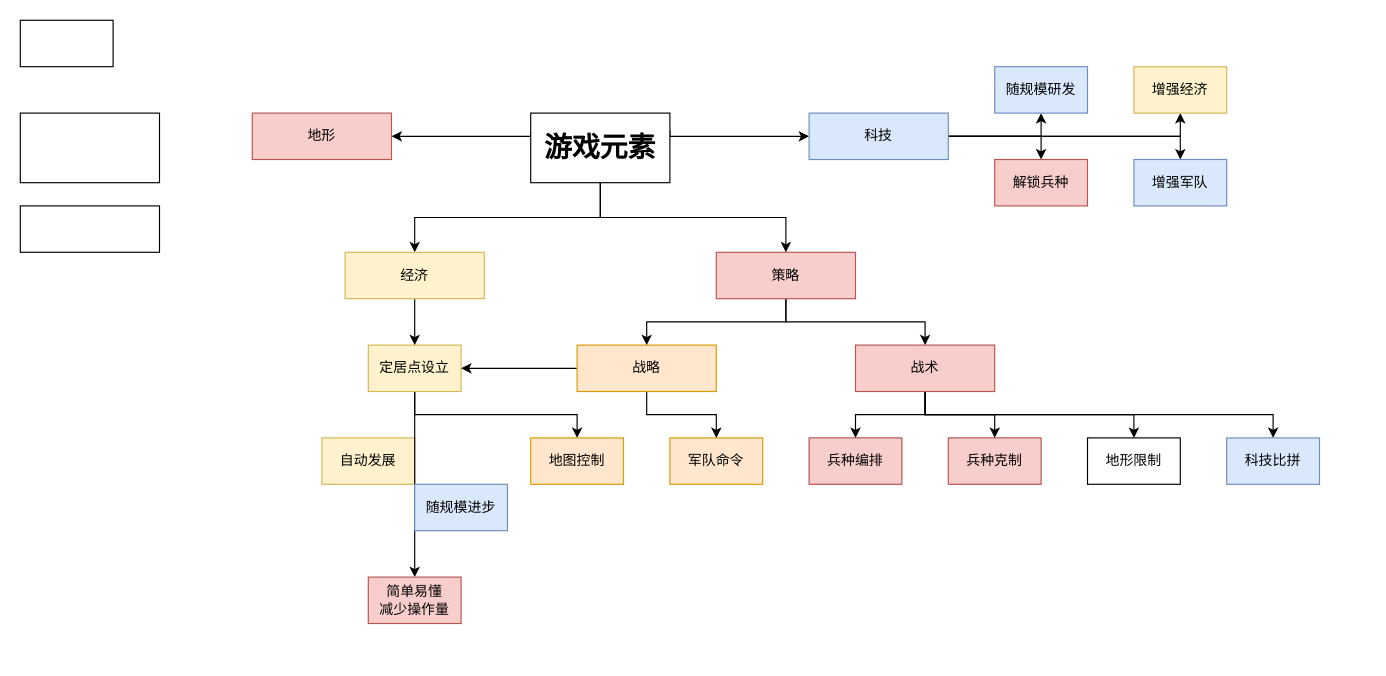
Before: 未命名绘图.drawio in chenxing61/Bite-Sized-RTS, a draw.io diagram. Source tidied: cells renumbered, new cells numbered last; positions are measured from the earlier drawing's top-left corner, leaving out a move shared by most shapes. Both pictures are drawn from the tidied source at 116%, with x=0, y=0 at pixel (20, 20).
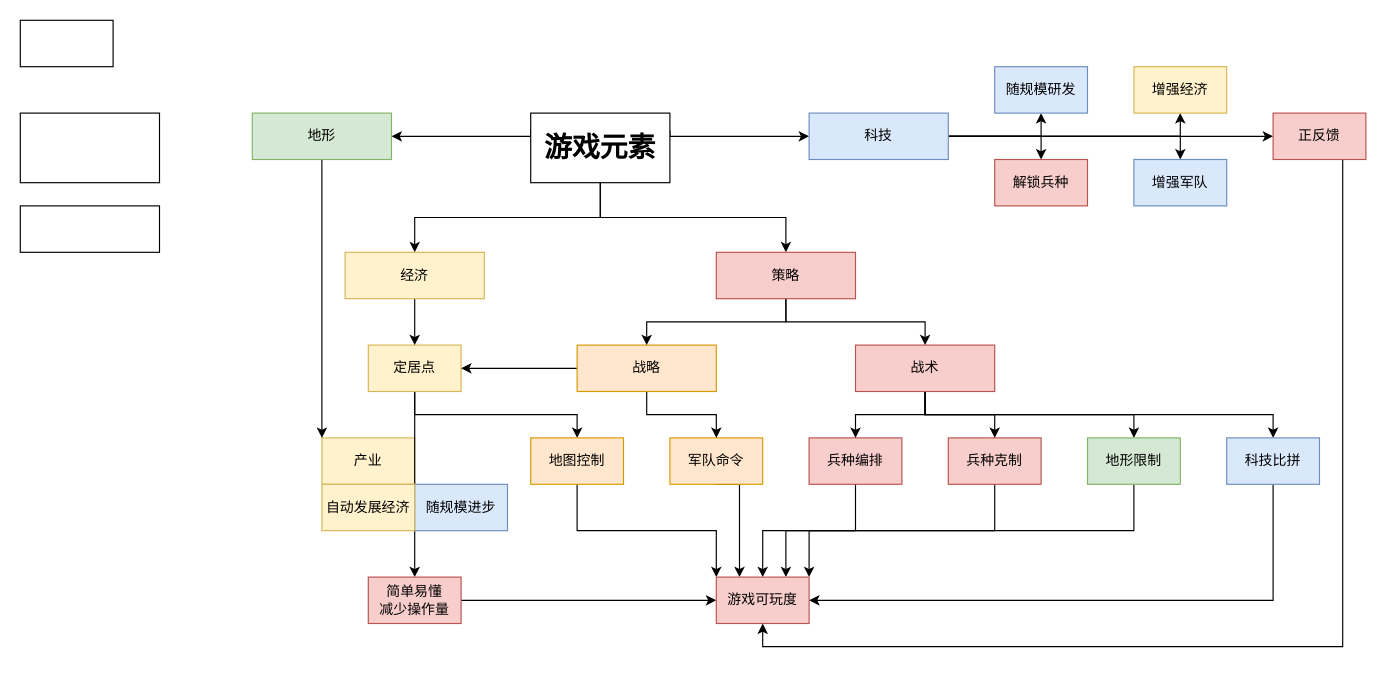
The same diagram, later.

The change refers to these unchanged cells:
```xml
<mxCell id="9" value="兵种编排" style="rounded=0;whiteSpace=wrap;html=1;fillColor=#f8cecc;strokeColor=#b85450;" parent="1" vertex="1">
  <mxGeometry x="680" y="360" width="80" height="40" as="geometry" />
</mxCell>
<mxCell id="14" value="兵种克制" style="rounded=0;whiteSpace=wrap;html=1;fillColor=#f8cecc;strokeColor=#b85450;" parent="1" vertex="1">
  <mxGeometry x="800" y="360" width="80" height="40" as="geometry" />
</mxCell>
<mxCell id="15" value="军队命令" style="rounded=0;whiteSpace=wrap;html=1;fillColor=#ffe6cc;strokeColor=#d79b00;" parent="1" vertex="1">
  <mxGeometry x="560" y="360" width="80" height="40" as="geometry" />
</mxCell>
<mxCell id="31" value="简单易懂&lt;br&gt;减少操作量" style="rounded=0;whiteSpace=wrap;html=1;fillColor=#f8cecc;strokeColor=#b85450;" parent="1" vertex="1">
  <mxGeometry x="300" y="480" width="80" height="40" as="geometry" />
</mxCell>
<mxCell id="33" value="科技比拼" style="rounded=0;whiteSpace=wrap;html=1;fillColor=#dae8fc;strokeColor=#6c8ebf;" parent="1" vertex="1">
  <mxGeometry x="1040" y="360" width="80" height="40" as="geometry" />
</mxCell>
<mxCell id="34" value="地图控制" style="rounded=0;whiteSpace=wrap;html=1;fillColor=#ffe6cc;strokeColor=#d79b00;" parent="1" vertex="1">
  <mxGeometry x="440" y="360" width="80" height="40" as="geometry" />
</mxCell>
<mxCell id="39" value="科技" style="rounded=0;whiteSpace=wrap;html=1;fillColor=#dae8fc;strokeColor=#6c8ebf;" parent="1" vertex="1">
  <mxGeometry x="680" y="80" width="120" height="40" as="geometry" />
</mxCell>
```

What changed in the source:
```diff
@@
+    <mxCell id="45" style="edgeStyle=orthogonalEdgeStyle;rounded=0;jettySize=auto;html=1;exitX=0.5;exitY=1;exitDx=0;exitDy=0;entryX=0.5;entryY=0;entryDx=0;entryDy=0;fontSize=12;" parent="1" edge="1" source="9" target="55">
+      <mxGeometry relative="1" as="geometry" />
+    </mxCell>
@@
-    <mxCell id="10" value="自动发展" style="rounded=0;whiteSpace=wrap;html=1;fillColor=#fff2cc;strokeColor=#d6b656;" parent="1" vertex="1">
+    <mxCell id="10" value="产业" style="rounded=0;whiteSpace=wrap;html=1;fillColor=#fff2cc;strokeColor=#d6b656;" parent="1" vertex="1">
       <mxGeometry x="260" y="360" width="80" height="40" as="geometry" />
     </mxCell>
@@
-    <mxCell id="13" value="定居点设立" style="rounded=0;whiteSpace=wrap;html=1;fillColor=#fff2cc;strokeColor=#d6b656;" parent="1" vertex="1">
+    <mxCell id="13" value="定居点" style="rounded=0;whiteSpace=wrap;html=1;fillColor=#fff2cc;strokeColor=#d6b656;" parent="1" vertex="1">
       <mxGeometry x="300" y="280" width="80" height="40" as="geometry" />
     </mxCell>
+    <mxCell id="46" style="edgeStyle=orthogonalEdgeStyle;rounded=0;jettySize=auto;html=1;exitX=0.5;exitY=1;exitDx=0;exitDy=0;entryX=0.75;entryY=0;entryDx=0;entryDy=0;fontSize=12;" parent="1" edge="1" source="14" target="55">
+      <mxGeometry relative="1" as="geometry" />
+    </mxCell>
@@
+    <mxCell id="47" style="edgeStyle=orthogonalEdgeStyle;rounded=0;jettySize=auto;html=1;exitX=0.5;exitY=1;exitDx=0;exitDy=0;entryX=0.25;entryY=0;entryDx=0;entryDy=0;fontSize=12;" parent="1" edge="1" source="15" target="55">
+      <mxGeometry relative="1" as="geometry">
+        <Array as="points">
+          <mxPoint x="620" y="400" />
+        </Array>
+      </mxGeometry>
+    </mxCell>
@@
+    <mxCell id="48" style="edgeStyle=orthogonalEdgeStyle;rounded=0;jettySize=auto;html=1;exitX=1;exitY=0.5;exitDx=0;exitDy=0;entryX=0;entryY=0.5;entryDx=0;entryDy=0;fontSize=12;" parent="1" edge="1" source="31" target="55">
+      <mxGeometry relative="1" as="geometry" />
+    </mxCell>
@@
+    <mxCell id="49" style="edgeStyle=orthogonalEdgeStyle;rounded=0;jettySize=auto;html=1;exitX=0.5;exitY=1;exitDx=0;exitDy=0;entryX=1;entryY=0;entryDx=0;entryDy=0;fontSize=12;" parent="1" edge="1" source="32" target="55">
+      <mxGeometry relative="1" as="geometry" />
+    </mxCell>
-    <mxCell id="32" value="地形限制" style="rounded=0;whiteSpace=wrap;html=1;" parent="1" vertex="1">
+    <mxCell id="32" value="地形限制" style="rounded=0;whiteSpace=wrap;html=1;fillColor=#d5e8d4;strokeColor=#82b366;" parent="1" vertex="1">
       <mxGeometry x="920" y="360" width="80" height="40" as="geometry" />
     </mxCell>
+    <mxCell id="50" style="edgeStyle=orthogonalEdgeStyle;rounded=0;jettySize=auto;html=1;exitX=0.5;exitY=1;exitDx=0;exitDy=0;entryX=1;entryY=0.5;entryDx=0;entryDy=0;fontSize=12;" parent="1" edge="1" source="33" target="55">
+      <mxGeometry relative="1" as="geometry" />
+    </mxCell>
@@
+    <mxCell id="51" style="edgeStyle=orthogonalEdgeStyle;rounded=0;jettySize=auto;html=1;exitX=0.5;exitY=1;exitDx=0;exitDy=0;entryX=0;entryY=0;entryDx=0;entryDy=0;fontSize=12;" parent="1" edge="1" source="34" target="55">
+      <mxGeometry relative="1" as="geometry" />
+    </mxCell>
@@
+    <mxCell id="52" style="edgeStyle=orthogonalEdgeStyle;rounded=0;jettySize=auto;html=1;exitX=1;exitY=0.5;exitDx=0;exitDy=0;entryX=0;entryY=0.5;entryDx=0;entryDy=0;fontSize=12;" parent="1" edge="1" source="39" target="57">
+      <mxGeometry relative="1" as="geometry" />
+    </mxCell>
@@
+    <mxCell id="53" style="edgeStyle=orthogonalEdgeStyle;rounded=0;jettySize=auto;html=1;exitX=0.5;exitY=1;exitDx=0;exitDy=0;entryX=0;entryY=0;entryDx=0;entryDy=0;fontSize=12;" parent="1" edge="1" source="44" target="10">
+      <mxGeometry relative="1" as="geometry" />
+    </mxCell>
-    <mxCell id="44" value="地形" style="rounded=0;whiteSpace=wrap;html=1;fillColor=#f8cecc;strokeColor=#b85450;" parent="1" vertex="1">
+    <mxCell id="44" value="地形" style="rounded=0;whiteSpace=wrap;html=1;fillColor=#d5e8d4;strokeColor=#82b366;" parent="1" vertex="1">
       <mxGeometry x="200" y="80" width="120" height="40" as="geometry" />
     </mxCell>
+    <mxCell id="54" value="自动发展经济" style="rounded=0;whiteSpace=wrap;html=1;fillColor=#fff2cc;strokeColor=#d6b656;" parent="1" vertex="1">
+      <mxGeometry x="260" y="400" width="80" height="40" as="geometry" />
+    </mxCell>
+    <mxCell id="55" value="游戏可玩度" style="rounded=0;whiteSpace=wrap;html=1;fillColor=#f8cecc;strokeColor=#b85450;" parent="1" vertex="1">
+      <mxGeometry x="600" y="480" width="80" height="40" as="geometry" />
+    </mxCell>
+    <mxCell id="56" style="edgeStyle=orthogonalEdgeStyle;rounded=0;jettySize=auto;html=1;exitX=0.5;exitY=1;exitDx=0;exitDy=0;entryX=0.5;entryY=1;entryDx=0;entryDy=0;fontSize=12;" parent="1" edge="1" source="57" target="55">
+      <mxGeometry relative="1" as="geometry">
+        <Array as="points">
+          <mxPoint x="1140" y="120" />
+          <mxPoint x="1140" y="540" />
+          <mxPoint x="640" y="540" />
+        </Array>
+      </mxGeometry>
+    </mxCell>
+    <mxCell id="57" value="正反馈" style="rounded=0;whiteSpace=wrap;html=1;fillColor=#f8cecc;strokeColor=#b85450;" parent="1" vertex="1">
+      <mxGeometry x="1080" y="80" width="80" height="40" as="geometry" />
+    </mxCell>
```
